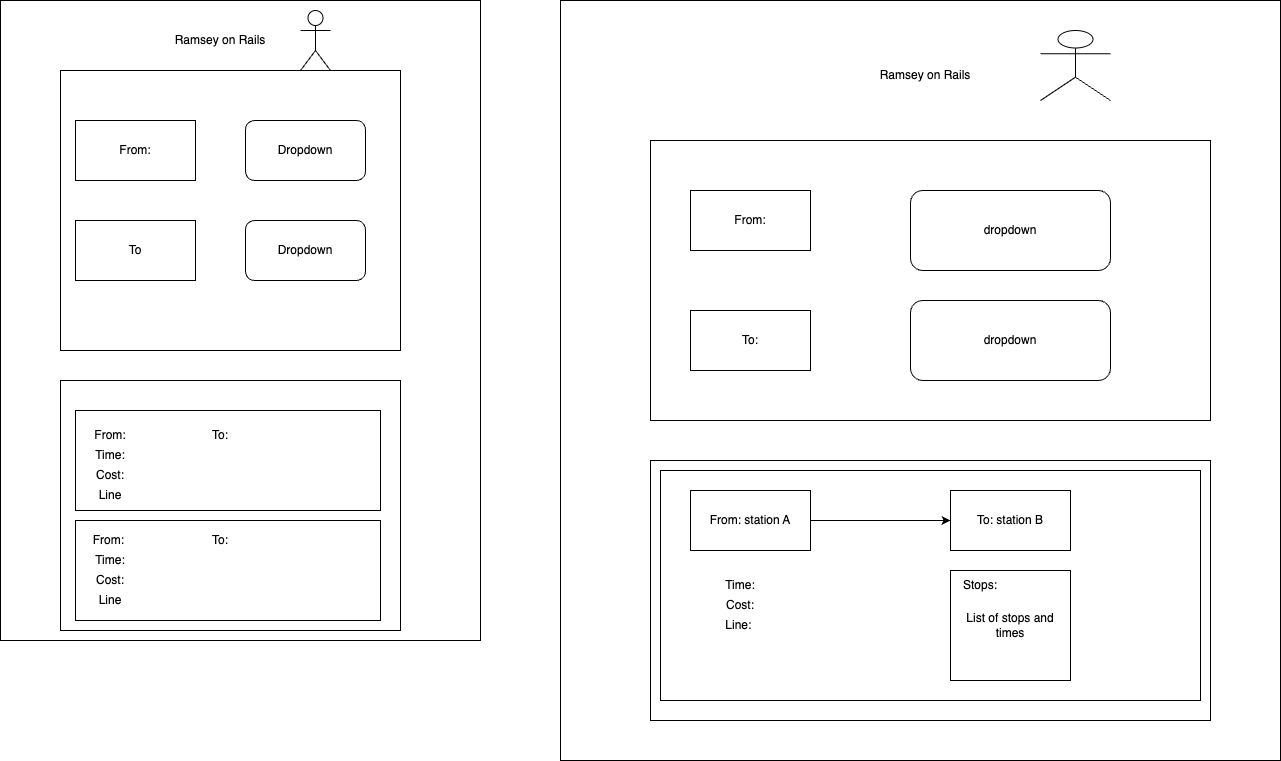
Earlier version of the draw.io export routePlannerWireframe.png (iO-Academy/2024-fst-tube-planner-flex-FE). Source tidied: cells renumbered, new cells last; positions are measured from the earlier drawing's top-left corner, leaving out a move shared by most shapes.
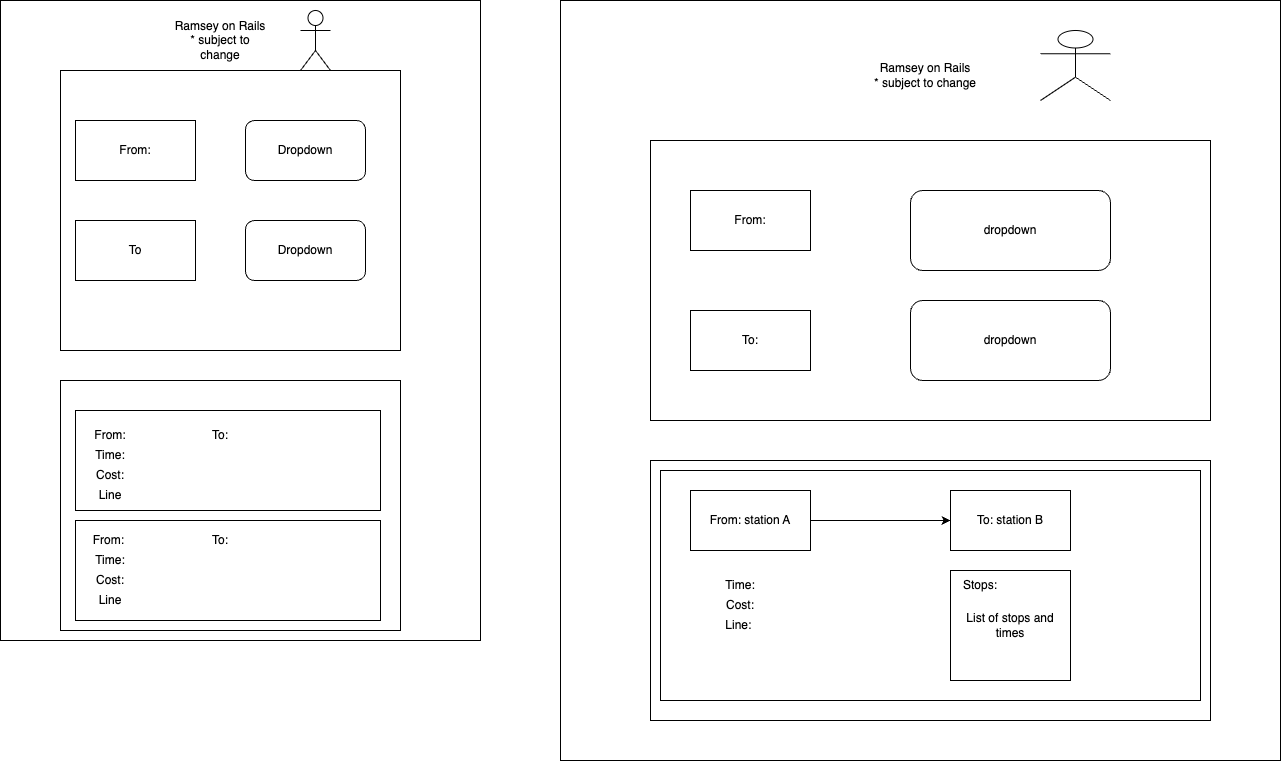
The same diagram one commit later.

What changed in the source:
```diff
@@ -5,7 +5,7 @@
     <mxCell id="2" style="rounded=0;whiteSpace=wrap;html=1;" parent="1" vertex="1">
       <mxGeometry width="480" height="640" as="geometry" />
     </mxCell>
-    <mxCell id="3" value="Ramsey on Rails" style="text;html=1;align=center;verticalAlign=middle;whiteSpace=wrap;rounded=0;" parent="1" vertex="1">
+    <mxCell id="3" value="Ramsey on Rails * subject to change" style="text;html=1;align=center;verticalAlign=middle;whiteSpace=wrap;rounded=0;" parent="1" vertex="1">
       <mxGeometry x="170" y="20" width="100" height="40" as="geometry" />
     </mxCell>
     <mxCell id="4" style="rounded=0;whiteSpace=wrap;html=1;" parent="1" vertex="1">
@@ -65,7 +65,7 @@
     <mxCell id="22" style="rounded=0;whiteSpace=wrap;html=1;" parent="1" vertex="1">
       <mxGeometry x="560" width="720" height="760" as="geometry" />
     </mxCell>
-    <mxCell id="23" value="Ramsey on Rails" style="text;html=1;align=center;verticalAlign=middle;whiteSpace=wrap;rounded=0;" parent="1" vertex="1">
+    <mxCell id="23" value="Ramsey on Rails&lt;div&gt;* subject to change&lt;br&gt;&lt;/div&gt;" style="text;html=1;align=center;verticalAlign=middle;whiteSpace=wrap;rounded=0;" parent="1" vertex="1">
       <mxGeometry x="810" y="50" width="230" height="50" as="geometry" />
     </mxCell>
     <mxCell id="24" style="rounded=0;whiteSpace=wrap;html=1;" parent="1" vertex="1">
```
